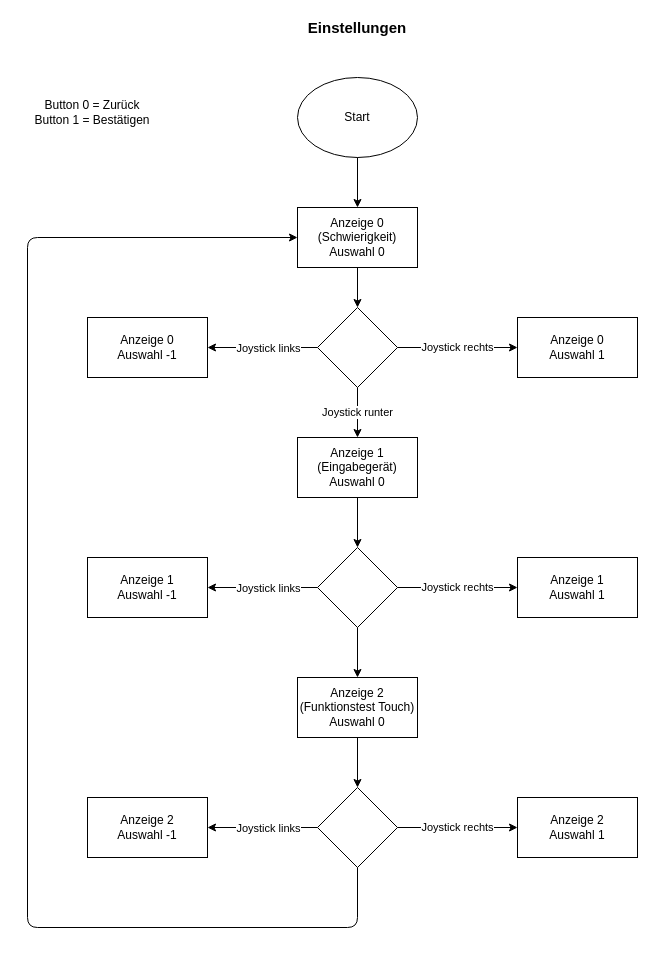
Before: page "Page-3" (3 of 4) of Untitled Diagram.drawio in Seafesko/Nucleo-Wecker, a draw.io diagram. Source tidied: cells renumbered, new cells numbered last; positions are measured from the earlier drawing's top-left corner, leaving out a move shared by most shapes. Both pictures are drawn from the tidied source at 100%, with x=0, y=0 at pixel (17, 17).
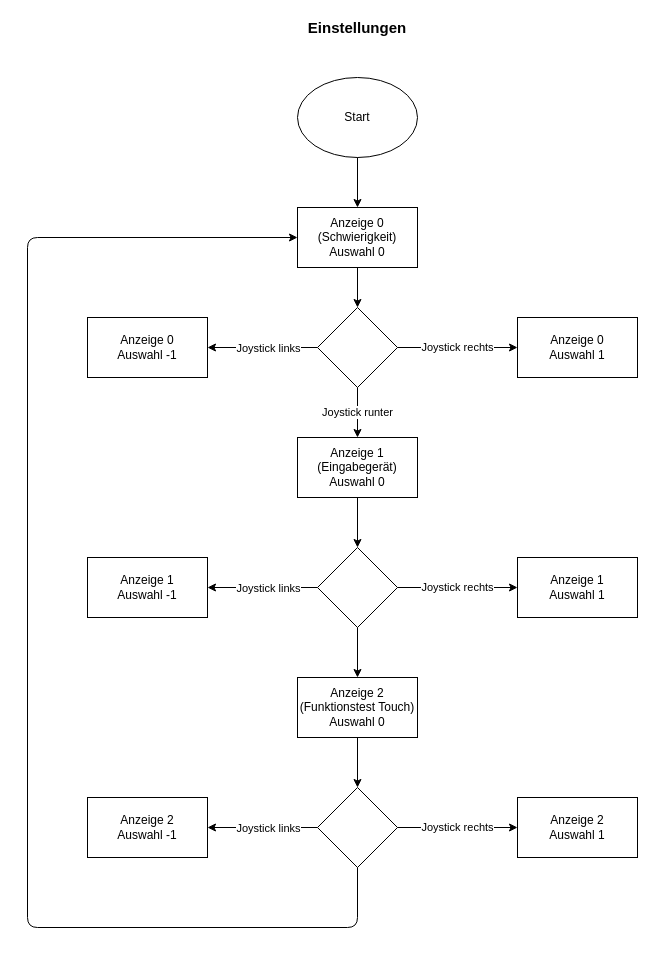
The same page after the edit.

Diff of the diagram source:
```diff
@@
-    <mxCell id="4" value="&lt;div&gt;Button 0 = Zurück&lt;/div&gt;&lt;div&gt;Button 1 = Bestätigen&lt;br&gt;&lt;/div&gt;" style="text;html=1;strokeColor=none;fillColor=none;align=center;verticalAlign=middle;whiteSpace=wrap;rounded=0;" parent="1" vertex="1">
-      <mxGeometry y="70" width="150" height="50" as="geometry" />
-    </mxCell>
```
